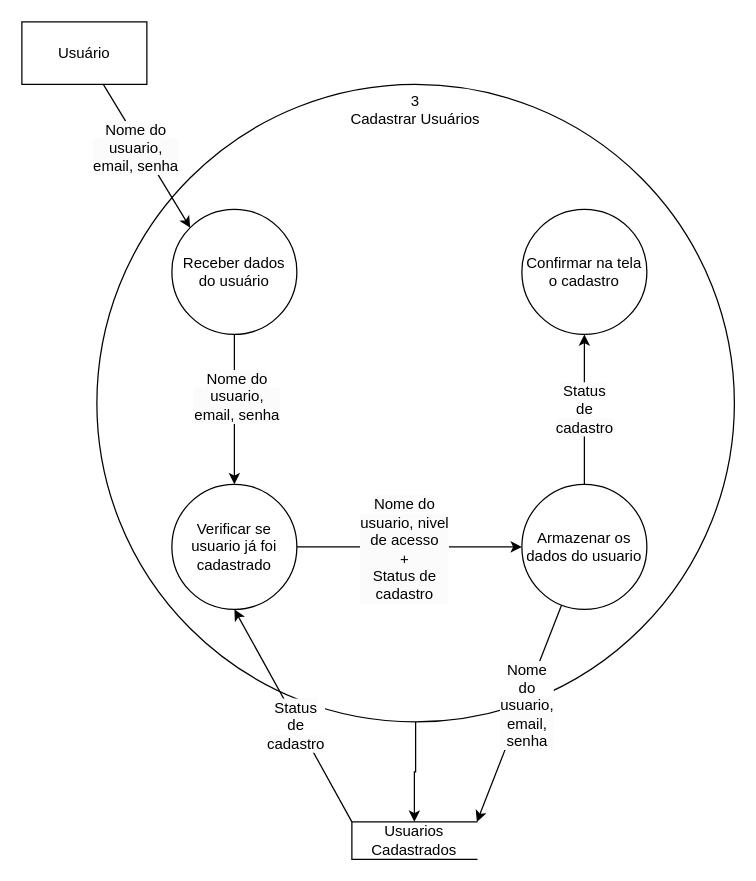
The draw.io diagram page "Cadastro de Usuário" (1 of 6) of documentacao/Diagramas/Ações do Usuário.drawio in Nebul0Ok/SeuPaulo, before the edit. Source tidied: cells renumbered, new cells numbered last; positions are measured from the earlier drawing's top-left corner, leaving out a move shared by most shapes. Both pictures are drawn from the tidied source at 125%, with x=0, y=0 at pixel (21, 21).
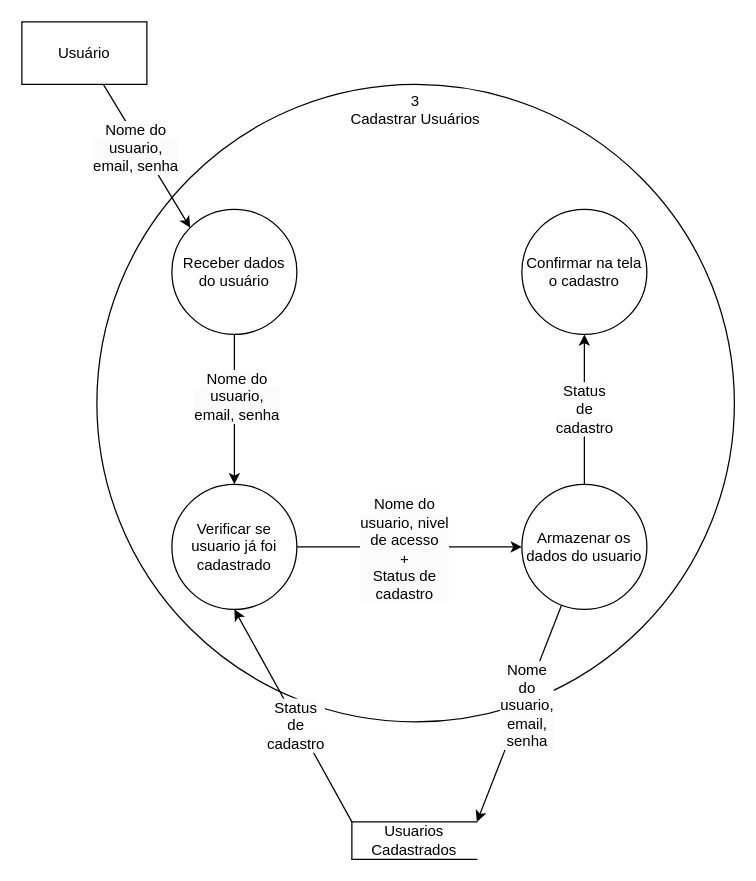
After the change.

Unchanged cells that the change refers to:
```xml
<mxCell id="4" value="&lt;div&gt;3&lt;/div&gt;&lt;div&gt;Cadastrar Usuários&lt;/div&gt;" style="shape=ellipse;html=1;dashed=0;whiteSpace=wrap;perimeter=ellipsePerimeter;verticalAlign=top;" parent="1" vertex="1">
  <mxGeometry x="60" y="50" width="510" height="510" as="geometry" />
</mxCell>
<mxCell id="14" value="Usuarios Cadastrados" style="html=1;dashed=0;whiteSpace=wrap;shape=partialRectangle;right=0;" parent="1" vertex="1">
  <mxGeometry x="264" y="640" width="100" height="30" as="geometry" />
</mxCell>
```

Diff of the diagram source:
```diff
@@
-    <mxCell id="3" style="edgeStyle=orthogonalEdgeStyle;rounded=0;jettySize=auto;html=1;" parent="1" edge="1" source="4" target="14">
-      <mxGeometry relative="1" as="geometry" />
-    </mxCell>
```
